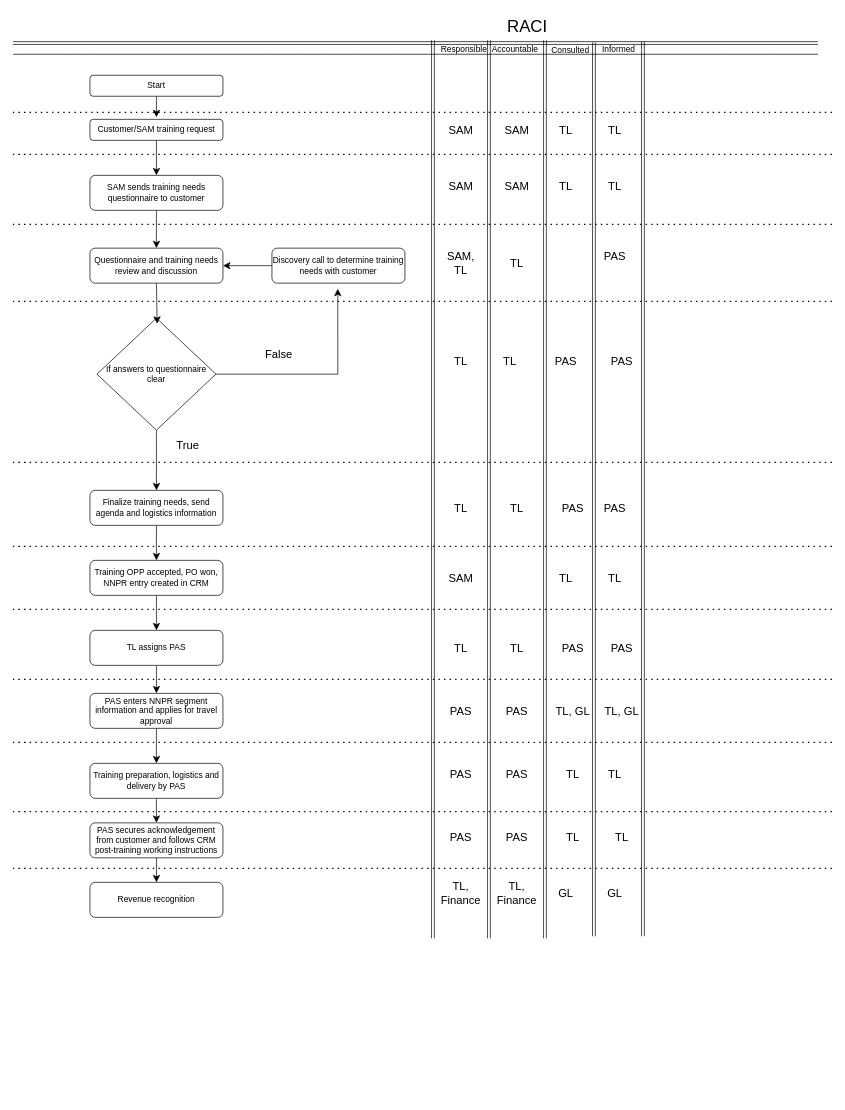
This is Untitled Diagram.drawio from srivats2/dotfiles, a draw.io file, before an edit. Source tidied: cells renumbered, new cells numbered last; positions are measured from the earlier drawing's top-left corner, leaving out a move shared by most shapes. Both pictures are drawn from the tidied source at 70%, with x=0, y=0 at pixel (13, 12).
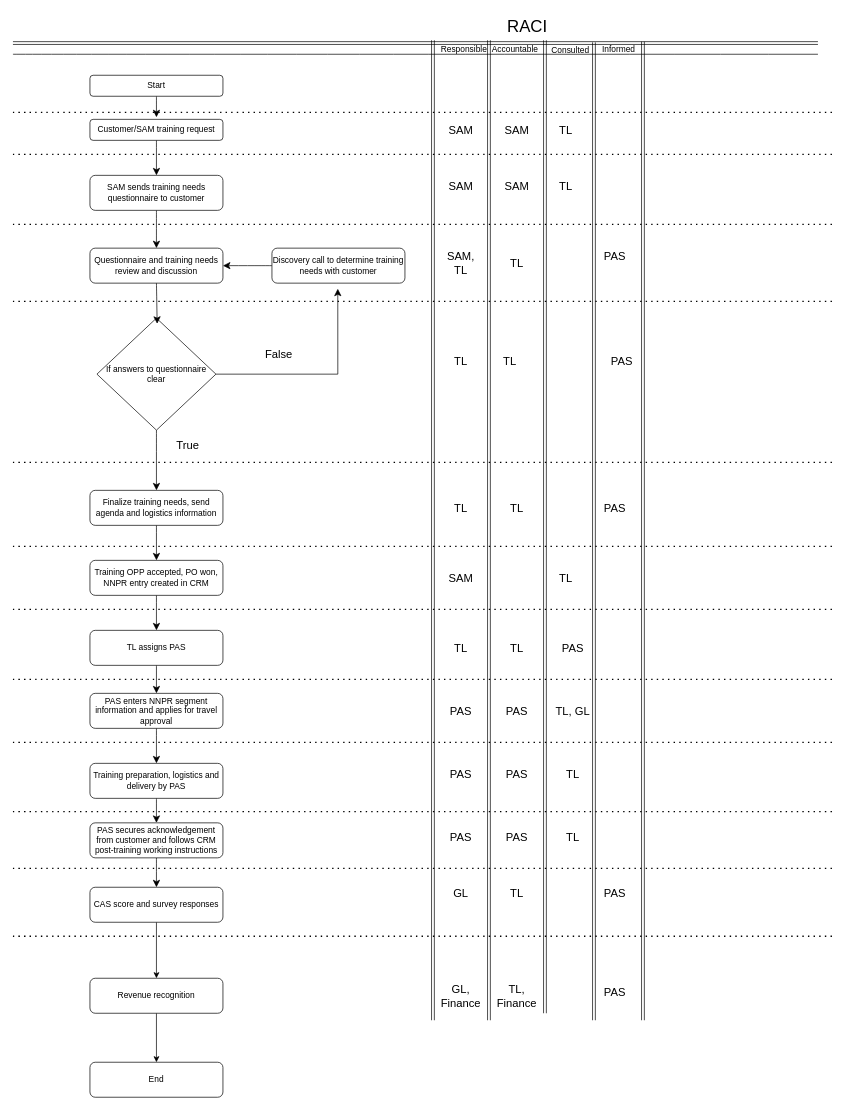
The same page after the edit.

Unchanged cells that the change refers to:
```xml
<mxCell id="34" value="PAS secures acknowledgement from customer and follows CRM post-training working instructions" style="rounded=1;whiteSpace=wrap;html=1;labelBackgroundColor=none;" parent="1" vertex="1">
  <mxGeometry x="110" y="1158" width="190" height="50" as="geometry" />
</mxCell>
```

The edit, as a diff of the source:
```diff
@@
     <mxCell id="10" style="shape=link;html=1;rounded=0;fontSize=12;startSize=8;endSize=8;curved=1;labelBackgroundColor=none;fontColor=default;" parent="1" edge="1">
       <mxGeometry relative="1" as="geometry">
         <mxPoint x="600" y="40" as="sourcePoint" />
-        <mxPoint x="600" y="1323" as="targetPoint" />
+        <mxPoint x="600" y="1440" as="targetPoint" />
       </mxGeometry>
     </mxCell>
     <mxCell id="11" style="shape=link;html=1;rounded=0;fontSize=12;startSize=8;endSize=8;curved=1;labelBackgroundColor=none;fontColor=default;" parent="1" edge="1">
       <mxGeometry relative="1" as="geometry">
         <mxPoint x="680" y="40" as="sourcePoint" />
-        <mxPoint x="680" y="1323" as="targetPoint" />
+        <mxPoint x="680" y="1440" as="targetPoint" />
       </mxGeometry>
     </mxCell>
     <mxCell id="12" style="shape=link;html=1;rounded=0;fontSize=12;startSize=8;endSize=8;curved=1;labelBackgroundColor=none;fontColor=default;" parent="1" edge="1">
       <mxGeometry relative="1" as="geometry">
         <mxPoint x="760" y="40" as="sourcePoint" />
-        <mxPoint x="760" y="1323" as="targetPoint" />
+        <mxPoint x="760" y="1430" as="targetPoint" />
       </mxGeometry>
     </mxCell>
     <mxCell id="13" style="shape=link;html=1;rounded=0;fontSize=12;startSize=8;endSize=8;curved=1;labelBackgroundColor=none;fontColor=default;" parent="1" edge="1">
       <mxGeometry relative="1" as="geometry">
         <mxPoint x="830" y="43" as="sourcePoint" />
-        <mxPoint x="830" y="1320" as="targetPoint" />
+        <mxPoint x="830" y="1440" as="targetPoint" />
       </mxGeometry>
     </mxCell>
     <mxCell id="14" style="shape=link;html=1;rounded=0;fontSize=12;startSize=8;endSize=8;curved=1;labelBackgroundColor=none;fontColor=default;" parent="1" edge="1">
       <mxGeometry relative="1" as="geometry">
         <mxPoint x="900" y="42" as="sourcePoint" />
-        <mxPoint x="900" y="1320" as="targetPoint" />
+        <mxPoint x="900" y="1440" as="targetPoint" />
       </mxGeometry>
     </mxCell>
@@
-    <mxCell id="33" style="edgeStyle=none;curved=1;rounded=0;jettySize=auto;html=1;fontSize=12;startSize=8;endSize=8;labelBackgroundColor=none;fontColor=default;" parent="1" edge="1" source="34" target="35">
+    <mxCell id="33" style="edgeStyle=none;curved=1;rounded=0;jettySize=auto;html=1;fontSize=12;startSize=8;endSize=8;labelBackgroundColor=none;fontColor=default;entryX=0.5;entryY=0;entryDx=0;entryDy=0;" parent="1" edge="1" source="34" target="97">
       <mxGeometry relative="1" as="geometry" />
     </mxCell>
@@
+    <mxCell id="95" style="edgeStyle=orthogonalEdgeStyle;rounded=0;jettySize=auto;html=1;" parent="1" edge="1" source="35" target="101">
+      <mxGeometry relative="1" as="geometry" />
+    </mxCell>
     <mxCell id="35" value="Revenue recognition" style="rounded=1;whiteSpace=wrap;html=1;labelBackgroundColor=none;" parent="1" vertex="1">
-      <mxGeometry x="110" y="1243" width="190" height="50" as="geometry" />
+      <mxGeometry x="110" y="1380" width="190" height="50" as="geometry" />
     </mxCell>
@@
-    <mxCell id="53" value="TL" style="text;html=1;whiteSpace=wrap;strokeColor=none;fillColor=none;align=center;verticalAlign=middle;rounded=0;fontSize=16;labelBackgroundColor=none;" parent="1" vertex="1">
-      <mxGeometry x="830" y="153" width="60" height="30" as="geometry" />
-    </mxCell>
@@
-    <mxCell id="58" value="TL" style="text;html=1;whiteSpace=wrap;strokeColor=none;fillColor=none;align=center;verticalAlign=middle;rounded=0;fontSize=16;labelBackgroundColor=none;" parent="1" vertex="1">
-      <mxGeometry x="830" y="233" width="60" height="30" as="geometry" />
-    </mxCell>
@@
-    <mxCell id="64" value="&lt;div&gt;PAS&lt;/div&gt;" style="text;html=1;whiteSpace=wrap;strokeColor=none;fillColor=none;align=center;verticalAlign=middle;rounded=0;fontSize=16;labelBackgroundColor=none;" parent="1" vertex="1">
-      <mxGeometry x="760" y="483" width="60" height="30" as="geometry" />
-    </mxCell>
@@
-    <mxCell id="68" value="PAS" style="text;html=1;whiteSpace=wrap;strokeColor=none;fillColor=none;align=center;verticalAlign=middle;rounded=0;fontSize=16;labelBackgroundColor=none;" parent="1" vertex="1">
-      <mxGeometry x="770" y="693" width="60" height="30" as="geometry" />
-    </mxCell>
@@
-    <mxCell id="72" value="TL" style="text;html=1;whiteSpace=wrap;strokeColor=none;fillColor=none;align=center;verticalAlign=middle;rounded=0;fontSize=16;labelBackgroundColor=none;" parent="1" vertex="1">
-      <mxGeometry x="830" y="793" width="60" height="30" as="geometry" />
-    </mxCell>
@@
-    <mxCell id="76" value="PAS" style="text;html=1;whiteSpace=wrap;strokeColor=none;fillColor=none;align=center;verticalAlign=middle;rounded=0;fontSize=16;labelBackgroundColor=none;" parent="1" vertex="1">
-      <mxGeometry x="840" y="893" width="60" height="30" as="geometry" />
-    </mxCell>
@@
-    <mxCell id="80" value="TL, GL" style="text;html=1;whiteSpace=wrap;strokeColor=none;fillColor=none;align=center;verticalAlign=middle;rounded=0;fontSize=16;labelBackgroundColor=none;" parent="1" vertex="1">
-      <mxGeometry x="840" y="983" width="60" height="30" as="geometry" />
-    </mxCell>
@@
-    <mxCell id="84" value="TL" style="text;html=1;whiteSpace=wrap;strokeColor=none;fillColor=none;align=center;verticalAlign=middle;rounded=0;fontSize=16;labelBackgroundColor=none;" parent="1" vertex="1">
-      <mxGeometry x="830" y="1073" width="60" height="30" as="geometry" />
-    </mxCell>
@@
-    <mxCell id="88" value="TL" style="text;html=1;whiteSpace=wrap;strokeColor=none;fillColor=none;align=center;verticalAlign=middle;rounded=0;fontSize=16;labelBackgroundColor=none;" parent="1" vertex="1">
-      <mxGeometry x="840" y="1163" width="60" height="30" as="geometry" />
-    </mxCell>
-    <mxCell id="89" value="TL, Finance" style="text;html=1;whiteSpace=wrap;strokeColor=none;fillColor=none;align=center;verticalAlign=middle;rounded=0;fontSize=16;labelBackgroundColor=none;" parent="1" vertex="1">
+    <mxCell id="89" value="GL" style="text;html=1;whiteSpace=wrap;strokeColor=none;fillColor=none;align=center;verticalAlign=middle;rounded=0;fontSize=16;labelBackgroundColor=none;" parent="1" vertex="1">
       <mxGeometry x="610" y="1243" width="60" height="30" as="geometry" />
     </mxCell>
-    <mxCell id="90" value="TL, Finance" style="text;html=1;whiteSpace=wrap;strokeColor=none;fillColor=none;align=center;verticalAlign=middle;rounded=0;fontSize=16;labelBackgroundColor=none;" parent="1" vertex="1">
+    <mxCell id="90" value="TL" style="text;html=1;whiteSpace=wrap;strokeColor=none;fillColor=none;align=center;verticalAlign=middle;rounded=0;fontSize=16;labelBackgroundColor=none;" parent="1" vertex="1">
       <mxGeometry x="690" y="1243" width="60" height="30" as="geometry" />
     </mxCell>
@@
-    <mxCell id="93" value="GL" style="text;html=1;whiteSpace=wrap;strokeColor=none;fillColor=none;align=center;verticalAlign=middle;rounded=0;fontSize=16;" parent="1" vertex="1">
-      <mxGeometry x="760" y="1243" width="60" height="30" as="geometry" />
+    <mxCell id="93" value="PAS" style="text;html=1;whiteSpace=wrap;strokeColor=none;fillColor=none;align=center;verticalAlign=middle;rounded=0;fontSize=16;" parent="1" vertex="1">
+      <mxGeometry x="830" y="1243" width="60" height="30" as="geometry" />
     </mxCell>
-    <mxCell id="94" value="GL" style="text;html=1;whiteSpace=wrap;strokeColor=none;fillColor=none;align=center;verticalAlign=middle;rounded=0;fontSize=16;" parent="1" vertex="1">
-      <mxGeometry x="830" y="1243" width="60" height="30" as="geometry" />
-    </mxCell>
+    <mxCell id="96" style="edgeStyle=orthogonalEdgeStyle;rounded=0;jettySize=auto;html=1;" parent="1" edge="1" source="97" target="35">
+      <mxGeometry relative="1" as="geometry" />
+    </mxCell>
+    <mxCell id="97" value="CAS score and survey responses" style="rounded=1;whiteSpace=wrap;html=1;labelBackgroundColor=none;" parent="1" vertex="1">
+      <mxGeometry x="110" y="1250" width="190" height="50" as="geometry" />
+    </mxCell>
+    <mxCell id="98" style="endArrow=none;dashed=1;html=1;dashPattern=1 3;strokeWidth=2;rounded=0;fontSize=12;startSize=8;endSize=8;curved=1;labelBackgroundColor=none;fontColor=default;" parent="1" edge="1">
+      <mxGeometry relative="1" as="geometry">
+        <mxPoint y="1320" as="sourcePoint" />
+        <mxPoint x="1170" y="1320" as="targetPoint" />
+      </mxGeometry>
+    </mxCell>
+    <mxCell id="99" value="GL, Finance" style="text;html=1;whiteSpace=wrap;strokeColor=none;fillColor=none;align=center;verticalAlign=middle;rounded=0;fontSize=16;labelBackgroundColor=none;" parent="1" vertex="1">
+      <mxGeometry x="610" y="1385" width="60" height="40" as="geometry" />
+    </mxCell>
+    <mxCell id="100" value="&lt;div&gt;TL,&lt;/div&gt;&lt;div&gt;Finance&lt;/div&gt;" style="text;html=1;whiteSpace=wrap;strokeColor=none;fillColor=none;align=center;verticalAlign=middle;rounded=0;fontSize=16;labelBackgroundColor=none;" parent="1" vertex="1">
+      <mxGeometry x="690" y="1385" width="60" height="40" as="geometry" />
+    </mxCell>
+    <mxCell id="101" value="End" style="rounded=1;whiteSpace=wrap;html=1;labelBackgroundColor=none;" parent="1" vertex="1">
+      <mxGeometry x="110" y="1500" width="190" height="50" as="geometry" />
+    </mxCell>
+    <mxCell id="102" value="PAS" style="text;html=1;whiteSpace=wrap;strokeColor=none;fillColor=none;align=center;verticalAlign=middle;rounded=0;fontSize=16;" parent="1" vertex="1">
+      <mxGeometry x="830" y="1385" width="60" height="30" as="geometry" />
+    </mxCell>
```
